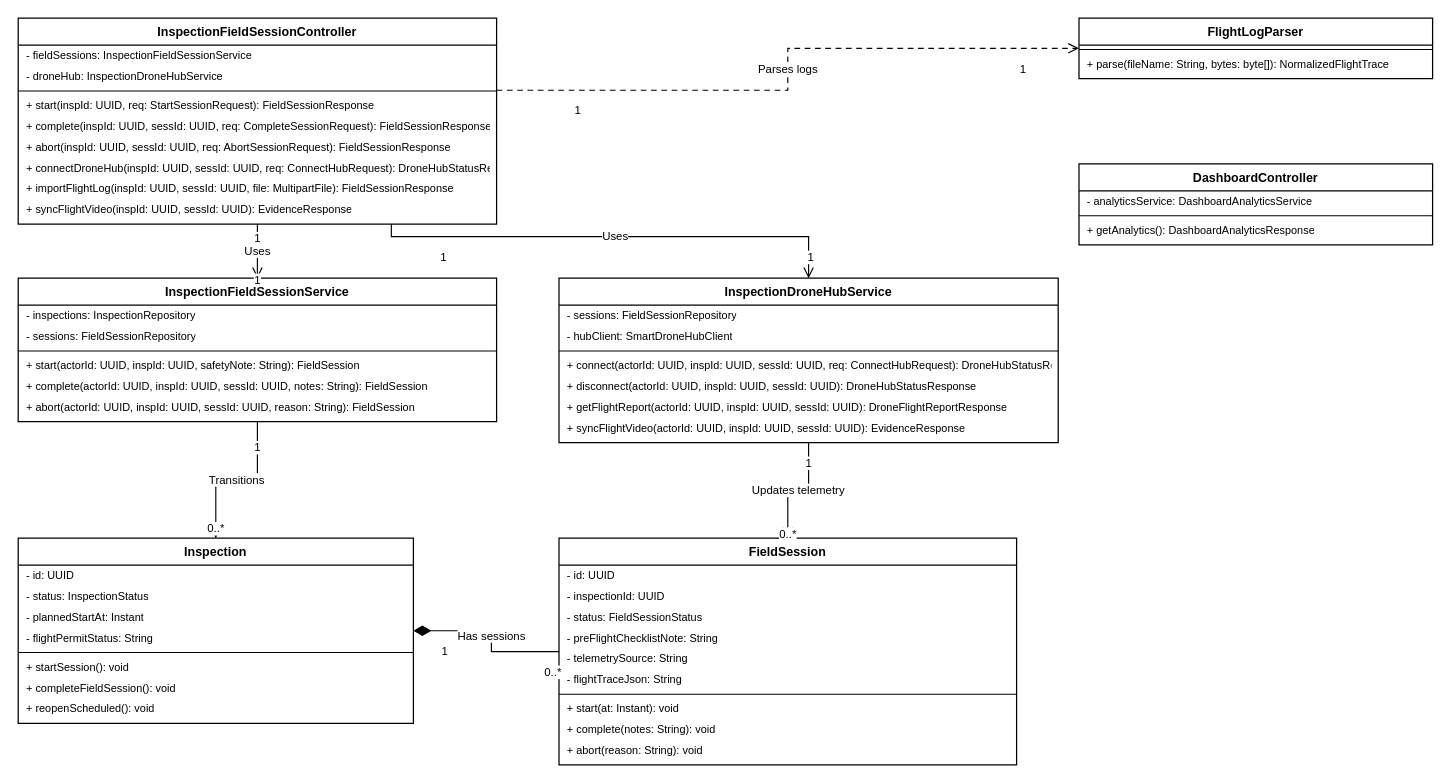
tungbach12/SmartDroneInspection-Docs keeps this draw.io diagram as page "FE-14 - Field Session & SmartDroneHub" (5 of 9) of diagrams/smartdrone-class-diagrams.drawio. Above is the earlier version. Source tidied: cells renumbered, new cells numbered last; positions are measured from the earlier drawing's top-left corner, leaving out a move shared by most shapes. Both pictures are drawn from the tidied source at 104%, with x=0, y=0 at pixel (18, 18).
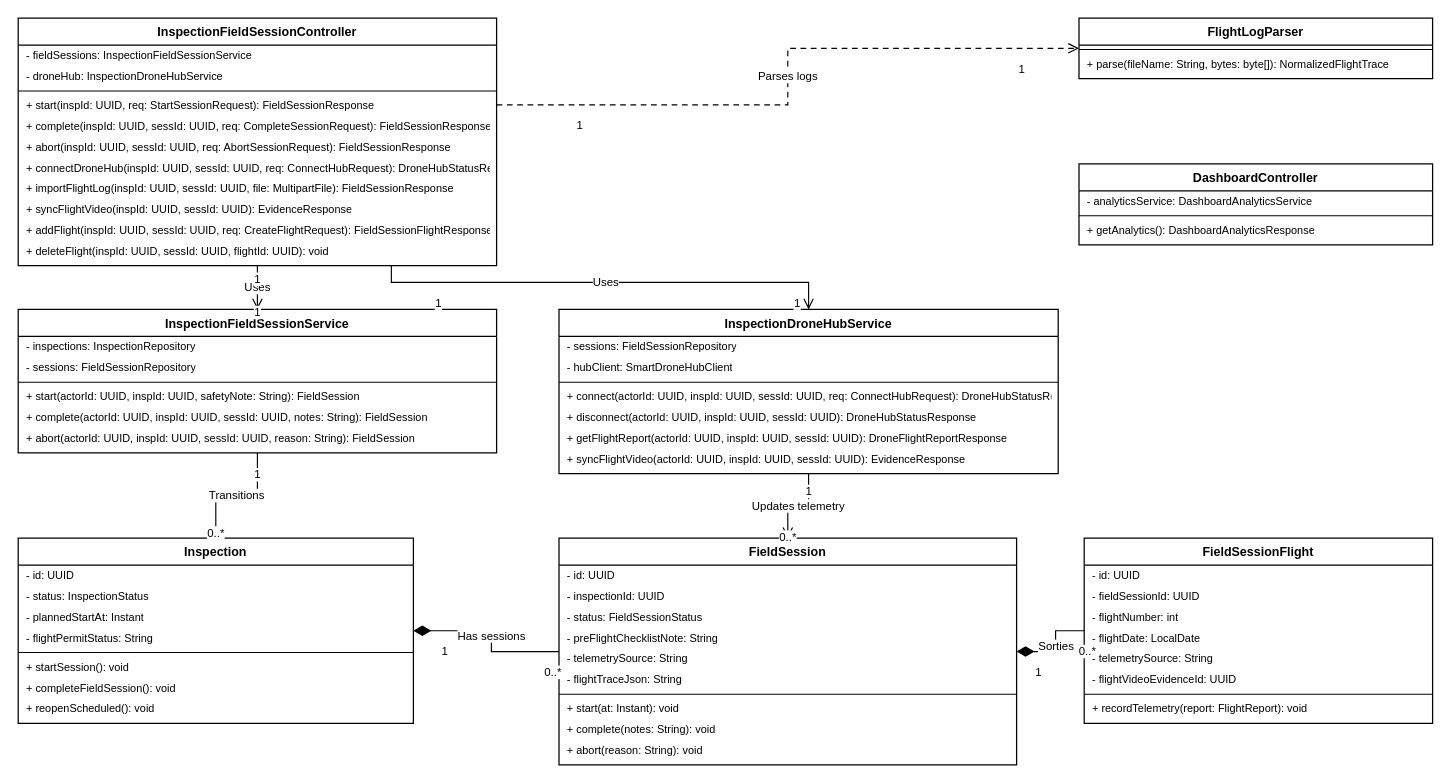
The same page after the edit.

The change refers to these unchanged cells:
```xml
<mxCell id="43" value="FieldSession" style="swimlane;fontStyle=1;align=center;verticalAlign=top;horizontal=1;startSize=26;whiteSpace=wrap;html=1;fillColor=#ffffff;swimlaneFillColor=#ffffff;strokeColor=#000000;strokeWidth=1.2;fontColor=#000000;fontFamily=Helvetica;fontSize=12;" parent="1" vertex="1">
  <mxGeometry x="520" y="500" width="440" height="218" as="geometry" />
</mxCell>
```

Diff of the diagram source:
```diff
@@
     <mxCell id="2" value="InspectionFieldSessionController" style="swimlane;fontStyle=1;align=center;verticalAlign=top;horizontal=1;startSize=26;whiteSpace=wrap;html=1;fillColor=#ffffff;swimlaneFillColor=#ffffff;strokeColor=#000000;strokeWidth=1.2;fontColor=#000000;fontFamily=Helvetica;fontSize=12;" parent="1" vertex="1">
-      <mxGeometry width="460" height="198" as="geometry" />
+      <mxGeometry width="460" height="238" as="geometry" />
     </mxCell>
@@
+    <mxCell id="72" value="+ addFlight(inspId: UUID, sessId: UUID, req: CreateFlightRequest): FieldSessionFlightResponse" style="text;strokeColor=none;fillColor=none;align=left;verticalAlign=middle;spacingLeft=6;spacingRight=6;overflow=hidden;html=1;fontColor=#000000;fontStyle=0;fontFamily=Helvetica;fontSize=10.5;" parent="2" vertex="1">
+      <mxGeometry y="194" width="460" height="20" as="geometry" />
+    </mxCell>
+    <mxCell id="73" value="+ deleteFlight(inspId: UUID, sessId: UUID, flightId: UUID): void" style="text;strokeColor=none;fillColor=none;align=left;verticalAlign=middle;spacingLeft=6;spacingRight=6;overflow=hidden;html=1;fontColor=#000000;fontStyle=0;fontFamily=Helvetica;fontSize=10.5;" parent="2" vertex="1">
+      <mxGeometry y="214" width="460" height="20" as="geometry" />
+    </mxCell>
     <mxCell id="12" value="InspectionFieldSessionService" style="swimlane;fontStyle=1;align=center;verticalAlign=top;horizontal=1;startSize=26;whiteSpace=wrap;html=1;fillColor=#ffffff;swimlaneFillColor=#ffffff;strokeColor=#000000;strokeWidth=1.2;fontColor=#000000;fontFamily=Helvetica;fontSize=12;" parent="1" vertex="1">
-      <mxGeometry y="250" width="460" height="138" as="geometry" />
+      <mxGeometry y="280" width="460" height="138" as="geometry" />
     </mxCell>
@@
     <mxCell id="19" value="InspectionDroneHubService" style="swimlane;fontStyle=1;align=center;verticalAlign=top;horizontal=1;startSize=26;whiteSpace=wrap;html=1;fillColor=#ffffff;swimlaneFillColor=#ffffff;strokeColor=#000000;strokeWidth=1.2;fontColor=#000000;fontFamily=Helvetica;fontSize=12;" parent="1" vertex="1">
-      <mxGeometry x="520" y="250" width="480" height="158" as="geometry" />
+      <mxGeometry x="520" y="280" width="480" height="158" as="geometry" />
     </mxCell>
@@
+    <mxCell id="74" value="FieldSessionFlight" style="swimlane;fontStyle=1;align=center;verticalAlign=top;horizontal=1;startSize=26;whiteSpace=wrap;html=1;fillColor=#ffffff;swimlaneFillColor=#ffffff;strokeColor=#000000;strokeWidth=1.2;fontColor=#000000;fontFamily=Helvetica;fontSize=12;" parent="1" vertex="1">
+      <mxGeometry x="1025" y="500" width="335" height="178" as="geometry" />
+    </mxCell>
+    <mxCell id="75" value="- id: UUID" style="text;strokeColor=none;fillColor=none;align=left;verticalAlign=middle;spacingLeft=6;spacingRight=6;overflow=hidden;html=1;fontColor=#000000;fontStyle=0;fontFamily=Helvetica;fontSize=10.5;" parent="74" vertex="1">
+      <mxGeometry y="26" width="335" height="20" as="geometry" />
+    </mxCell>
+    <mxCell id="76" value="- fieldSessionId: UUID" style="text;strokeColor=none;fillColor=none;align=left;verticalAlign=middle;spacingLeft=6;spacingRight=6;overflow=hidden;html=1;fontColor=#000000;fontStyle=0;fontFamily=Helvetica;fontSize=10.5;" parent="74" vertex="1">
+      <mxGeometry y="46" width="335" height="20" as="geometry" />
+    </mxCell>
+    <mxCell id="77" value="- flightNumber: int" style="text;strokeColor=none;fillColor=none;align=left;verticalAlign=middle;spacingLeft=6;spacingRight=6;overflow=hidden;html=1;fontColor=#000000;fontStyle=0;fontFamily=Helvetica;fontSize=10.5;" parent="74" vertex="1">
+      <mxGeometry y="66" width="335" height="20" as="geometry" />
+    </mxCell>
+    <mxCell id="78" value="- flightDate: LocalDate" style="text;strokeColor=none;fillColor=none;align=left;verticalAlign=middle;spacingLeft=6;spacingRight=6;overflow=hidden;html=1;fontColor=#000000;fontStyle=0;fontFamily=Helvetica;fontSize=10.5;" parent="74" vertex="1">
+      <mxGeometry y="86" width="335" height="20" as="geometry" />
+    </mxCell>
+    <mxCell id="79" value="- telemetrySource: String" style="text;strokeColor=none;fillColor=none;align=left;verticalAlign=middle;spacingLeft=6;spacingRight=6;overflow=hidden;html=1;fontColor=#000000;fontStyle=0;fontFamily=Helvetica;fontSize=10.5;" parent="74" vertex="1">
+      <mxGeometry y="106" width="335" height="20" as="geometry" />
+    </mxCell>
+    <mxCell id="80" value="- flightVideoEvidenceId: UUID" style="text;strokeColor=none;fillColor=none;align=left;verticalAlign=middle;spacingLeft=6;spacingRight=6;overflow=hidden;html=1;fontColor=#000000;fontStyle=0;fontFamily=Helvetica;fontSize=10.5;" parent="74" vertex="1">
+      <mxGeometry y="126" width="335" height="20" as="geometry" />
+    </mxCell>
+    <mxCell id="81" style="line;strokeWidth=1;fillColor=none;align=left;verticalAlign=middle;spacingTop=-1;spacingLeft=0;spacingRight=0;labelPosition=right;strokeColor=#000000;" parent="74" vertex="1">
+      <mxGeometry y="146" width="335" height="8" as="geometry" />
+    </mxCell>
+    <mxCell id="82" value="+ recordTelemetry(report: FlightReport): void" style="text;strokeColor=none;fillColor=none;align=left;verticalAlign=middle;spacingLeft=6;spacingRight=6;overflow=hidden;html=1;fontColor=#000000;fontStyle=0;fontFamily=Helvetica;fontSize=10.5;" parent="74" vertex="1">
+      <mxGeometry y="154" width="335" height="20" as="geometry" />
+    </mxCell>
@@
     <mxCell id="57" value="Uses" style="edgeStyle=orthogonalEdgeStyle;rounded=0;jettySize=auto;html=1;strokeColor=#000000;strokeWidth=1.1;endArrow=open;endFill=0;endSize=8;fontColor=#000000;fontFamily=Helvetica;fontSize=11;labelBackgroundColor=#ffffff;exitX=0.78;exitY=1;exitDx=0;exitDy=0;entryX=0.5;entryY=0;entryDx=0;entryDy=0;" parent="1" edge="1" source="2" target="19">
       <mxGeometry relative="1" as="geometry">
         <Array as="points">
-          <mxPoint x="359" y="210" />
-          <mxPoint x="760" y="210" />
+          <mxPoint x="359" y="254" />
+          <mxPoint x="760" y="254" />
         </Array>
       </mxGeometry>
     </mxCell>
@@
+    <mxCell id="83" value="Sorties" style="edgeStyle=orthogonalEdgeStyle;rounded=0;jettySize=auto;html=1;strokeColor=#000000;strokeWidth=1.1;startArrow=diamondThin;startFill=1;startSize=14;endArrow=none;fontColor=#000000;fontFamily=Helvetica;fontSize=11;labelBackgroundColor=#ffffff;exitX=1;exitY=0.5;exitDx=0;exitDy=0;entryX=0;entryY=0.5;entryDx=0;entryDy=0;" parent="1" edge="1" source="43" target="74">
+      <mxGeometry relative="1" as="geometry" />
+    </mxCell>
+    <mxCell id="84" value="1" style="edgeLabel;html=1;align=center;verticalAlign=middle;fontSize=11;fontColor=#000000;fontFamily=Helvetica;labelBackgroundColor=#ffffff;" parent="83" vertex="1">
+      <mxGeometry x="-0.78" y="-12" width="24" height="16" relative="1" as="geometry" />
+    </mxCell>
+    <mxCell id="85" value="0..*" style="edgeLabel;html=1;align=center;verticalAlign=middle;fontSize=11;fontColor=#000000;fontFamily=Helvetica;labelBackgroundColor=#ffffff;" parent="83" vertex="1">
+      <mxGeometry x="0.78" y="-12" width="24" height="16" relative="1" as="geometry" />
+    </mxCell>
```
